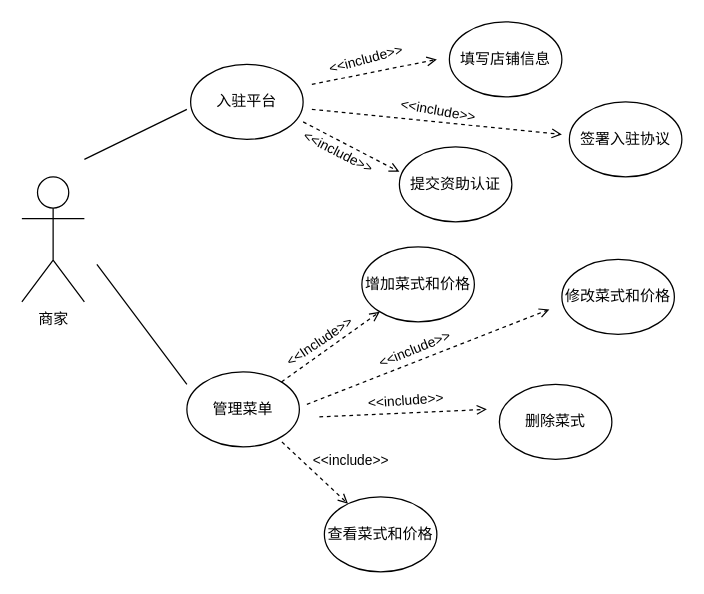
erdenezaya123/eleba-update keeps this draw.io diagram as UML/商家用例图.drawio. Above is the earlier version. Source tidied: cells renumbered, new cells numbered last; positions are measured from the earlier drawing's top-left corner, leaving out a move shared by most shapes. Both pictures are drawn from the tidied source at 125%, with x=0, y=0 at pixel (21, 21).
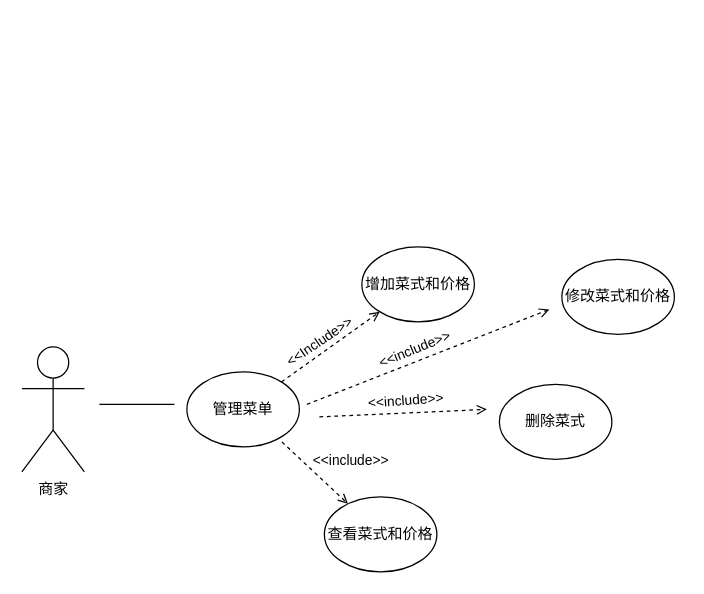
The same diagram, later.

Diff of the diagram source:
```diff
@@
     <mxCell id="2" value="商家" style="shape=umlActor;verticalLabelPosition=bottom;verticalAlign=top;html=1;" parent="1" vertex="1">
-      <mxGeometry y="124" width="50" height="100" as="geometry" />
+      <mxGeometry y="260" width="50" height="100" as="geometry" />
     </mxCell>
-    <mxCell id="3" value="入驻平台" style="ellipse;whiteSpace=wrap;html=1;" parent="1" vertex="1">
-      <mxGeometry x="135" y="34" width="90" height="60" as="geometry" />
-    </mxCell>
@@
-    <mxCell id="5" style="endArrow=none;html=1;rounded=0;" parent="1" edge="1">
-      <mxGeometry relative="1" as="geometry">
-        <mxPoint x="50" y="110" as="sourcePoint" />
-        <mxPoint x="132" y="70" as="targetPoint" />
-      </mxGeometry>
-    </mxCell>
     <mxCell id="6" style="endArrow=none;html=1;rounded=0;" parent="1" edge="1">
       <mxGeometry relative="1" as="geometry">
-        <mxPoint x="60" y="194" as="sourcePoint" />
-        <mxPoint x="132" y="290" as="targetPoint" />
+        <mxPoint x="62" y="306" as="sourcePoint" />
+        <mxPoint x="122" y="306" as="targetPoint" />
       </mxGeometry>
     </mxCell>
-    <mxCell id="7" style="endArrow=open;html=1;rounded=0;dashed=1;endFill=0;" parent="1" edge="1">
-      <mxGeometry relative="1" as="geometry">
-        <mxPoint x="232" y="50" as="sourcePoint" />
-        <mxPoint x="332" y="30" as="targetPoint" />
-      </mxGeometry>
-    </mxCell>
-    <mxCell id="8" value="&amp;lt;&amp;lt;include&amp;gt;&amp;gt;" style="edgeLabel;html=1;align=center;verticalAlign=middle;rotation=-15;" parent="7" vertex="1">
-      <mxGeometry x="-0.14" y="-1" relative="1" as="geometry">
-        <mxPoint x="-1" y="-13" as="offset" />
-      </mxGeometry>
-    </mxCell>
-    <mxCell id="9" value="填写店铺信息" style="ellipse;whiteSpace=wrap;html=1;" parent="1" vertex="1">
-      <mxGeometry x="342" width="90" height="60" as="geometry" />
-    </mxCell>
-    <mxCell id="10" style="endArrow=open;html=1;rounded=0;dashed=1;endFill=0;" parent="1" edge="1">
-      <mxGeometry relative="1" as="geometry">
-        <mxPoint x="232" y="70" as="sourcePoint" />
-        <mxPoint x="432" y="90" as="targetPoint" />
-      </mxGeometry>
-    </mxCell>
-    <mxCell id="11" value="&amp;lt;&amp;lt;include&amp;gt;&amp;gt;" style="edgeLabel;html=1;align=center;verticalAlign=middle;rotation=10;" parent="10" vertex="1">
-      <mxGeometry x="0.02" y="1" relative="1" as="geometry">
-        <mxPoint x="-2" y="-9" as="offset" />
-      </mxGeometry>
-    </mxCell>
-    <mxCell id="12" value="签署入驻协议" style="ellipse;whiteSpace=wrap;html=1;" parent="1" vertex="1">
-      <mxGeometry x="438" y="64" width="90" height="60" as="geometry" />
-    </mxCell>
@@
-    <mxCell id="16" value="提交资助认证" style="ellipse;whiteSpace=wrap;html=1;" parent="1" vertex="1">
-      <mxGeometry x="302" y="100" width="90" height="60" as="geometry" />
-    </mxCell>
-    <mxCell id="17" style="endArrow=open;html=1;rounded=0;dashed=1;endFill=0;" parent="1" edge="1">
-      <mxGeometry relative="1" as="geometry">
-        <mxPoint x="225" y="80" as="sourcePoint" />
-        <mxPoint x="302" y="120" as="targetPoint" />
-      </mxGeometry>
-    </mxCell>
-    <mxCell id="18" value="&amp;lt;&amp;lt;include&amp;gt;&amp;gt;" style="edgeLabel;html=1;align=center;verticalAlign=middle;rotation=27;" parent="17" vertex="1">
-      <mxGeometry x="-0.13" relative="1" as="geometry">
-        <mxPoint x="-6" y="6" as="offset" />
-      </mxGeometry>
-    </mxCell>
```
